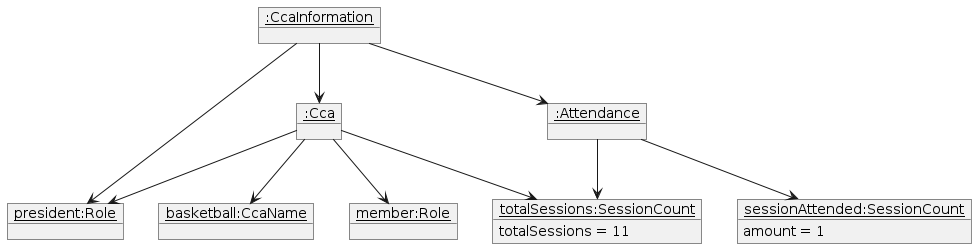
AY2425S2-CS2103T-T09-4/tp keeps this PlantUML diagram as diagrams/CcaInformationObjectDiagram.png. Above is the earlier version. Its source is kept beside it as diagrams/CcaInformationObjectDiagram.puml. Source of this version:
```plantuml
@startuml

object "<u>basketball:CcaName</u>" as ccaName {
}

object "<u>sessionAttended:SessionCount</u>" as sessionAttended {
  amount = 1
}

object "<u>totalSessions:SessionCount</u>" as totalSessions {
  totalSessions = 11
}

object "<u>president:Role</u>" as president {
}

object "<u>member:Role</u>" as member {
}

object "<u>:Cca</u>" as basketballCca {
}

object "<u>:Attendance</u>" as attendance {
}

object "<u>:CcaInformation</u>" as ccaInformation {
}

ccaInformation --> president
ccaInformation --> attendance
ccaInformation --> basketballCca
basketballCca --> ccaName
basketballCca --> totalSessions
basketballCca --> president
basketballCca --> member
attendance --> totalSessions
attendance --> sessionAttended
@enduml
```
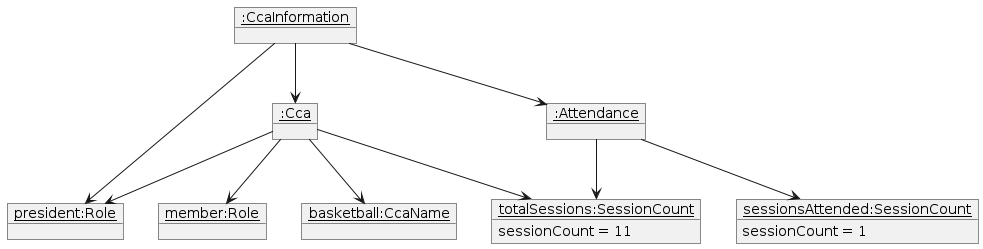
The same file after the commit.

The edit, as a diff of the source:
```diff
@@ -3,12 +3,12 @@
 object "<u>basketball:CcaName</u>" as ccaName {
 }
 
-object "<u>sessionAttended:SessionCount</u>" as sessionAttended {
-  amount = 1
+object "<u>sessionsAttended:SessionCount</u>" as sessionsAttended {
+  sessionCount = 1
 }
 
 object "<u>totalSessions:SessionCount</u>" as totalSessions {
-  totalSessions = 11
+  sessionCount = 11
 }
 
 object "<u>president:Role</u>" as president {
@@ -34,5 +34,6 @@
 basketballCca --> president
 basketballCca --> member
 attendance --> totalSessions
-attendance --> sessionAttended
+attendance --> sessionsAttended
+member -[hidden]left-> president
 @enduml
```
